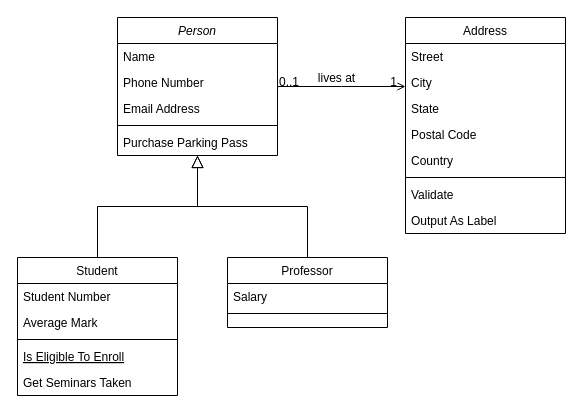
Above: Untitled Diagram.drawio in esunsoft2020/UMLDiagrams (draw.io), before the change. Source tidied: cells renumbered, new cells numbered last; positions are measured from the earlier drawing's top-left corner, leaving out a move shared by most shapes. Both pictures are drawn from the tidied source at 100%, with x=0, y=0 at pixel (17, 17).
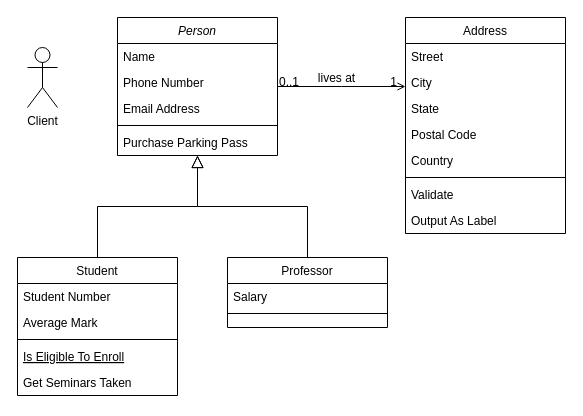
The same page after the edit.

The edit, as a diff of the source:
```diff
@@
+    <mxCell id="32" value="Client" style="shape=umlActor;verticalLabelPosition=bottom;verticalAlign=top;html=1;" parent="1" vertex="1">
+      <mxGeometry x="10" y="30" width="30" height="60" as="geometry" />
+    </mxCell>
```
